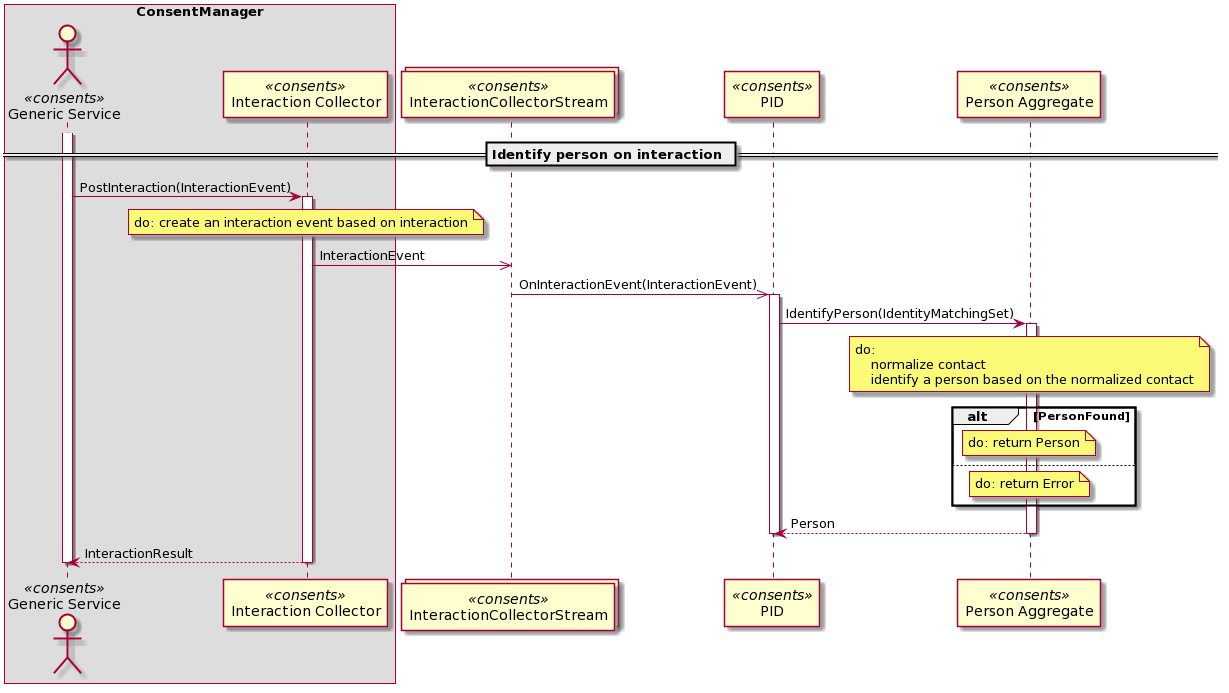
The PlantUML diagram example/graph.png in TypedUseCase/tuc-console, before a commit. Source of this version:
```plantuml
@startuml


== Identify person on interaction ==

box "ConsentManager"
    actor "Generic Service" as GenericService <<consents>>
    participant "Interaction Collector" as InteractionCollector <<consents>>
end box
collections "InteractionCollectorStream" as InteractionCollectorStream <<consents>>
participant "PID" as PersonIdentificationEngine <<consents>>
participant "Person Aggregate" as PersonAggregate <<consents>>

activate GenericService
GenericService -> InteractionCollector ++: PostInteraction(InteractionEvent)
    note over InteractionCollector
    do: create an interaction event based on interaction
    end note
    InteractionCollector ->> InteractionCollectorStream: InteractionEvent
    InteractionCollectorStream ->> PersonIdentificationEngine: OnInteractionEvent(InteractionEvent)
        activate PersonIdentificationEngine
        PersonIdentificationEngine -> PersonAggregate ++: IdentifyPerson(IdentityMatchingSet)
            note over PersonAggregate
            do:
                normalize contact
                identify a person based on the normalized contact
            end note
            alt PersonFound
                note over PersonAggregate
                do: return Person
                end note
            else
                note over PersonAggregate
                do: return Error
                end note
            end
        PersonAggregate --> PersonIdentificationEngine --: Person
        deactivate PersonIdentificationEngine
InteractionCollector --> GenericService --: InteractionResult

deactivate GenericService
@enduml
```
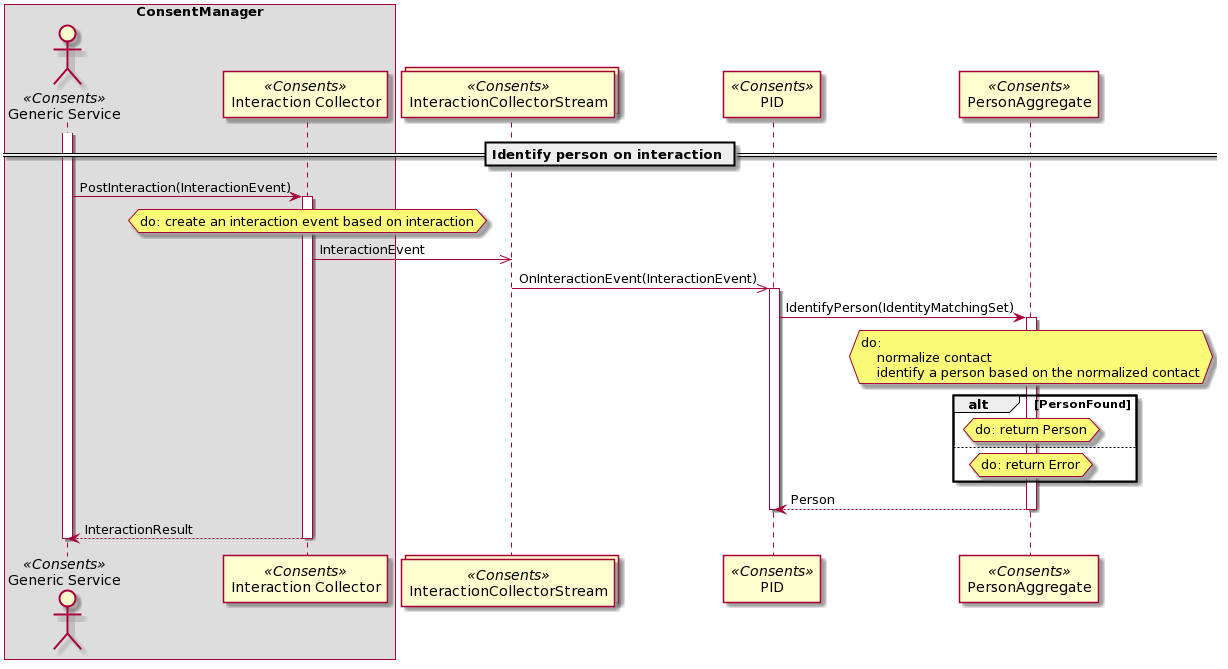
Above is the later version.

The edit, as a diff of the source:
```diff
@@ -4,35 +4,35 @@
 == Identify person on interaction ==
 
 box "ConsentManager"
-    actor "Generic Service" as GenericService <<consents>>
-    participant "Interaction Collector" as InteractionCollector <<consents>>
+    actor "Generic Service" as GenericService <<Consents>>
+    participant "Interaction Collector" as InteractionCollector <<Consents>>
 end box
-collections "InteractionCollectorStream" as InteractionCollectorStream <<consents>>
-participant "PID" as PersonIdentificationEngine <<consents>>
-participant "Person Aggregate" as PersonAggregate <<consents>>
+collections "InteractionCollectorStream" as InteractionCollectorStream <<Consents>>
+participant "PID" as PersonIdentificationEngine <<Consents>>
+participant "PersonAggregate" as PersonAggregate <<Consents>>
 
 activate GenericService
 GenericService -> InteractionCollector ++: PostInteraction(InteractionEvent)
-    note over InteractionCollector
+    hnote over InteractionCollector
     do: create an interaction event based on interaction
-    end note
+    end hnote
     InteractionCollector ->> InteractionCollectorStream: InteractionEvent
     InteractionCollectorStream ->> PersonIdentificationEngine: OnInteractionEvent(InteractionEvent)
         activate PersonIdentificationEngine
         PersonIdentificationEngine -> PersonAggregate ++: IdentifyPerson(IdentityMatchingSet)
-            note over PersonAggregate
+            hnote over PersonAggregate
             do:
                 normalize contact
                 identify a person based on the normalized contact
-            end note
+            end hnote
             alt PersonFound
-                note over PersonAggregate
+                hnote over PersonAggregate
                 do: return Person
-                end note
+                end hnote
             else
-                note over PersonAggregate
+                hnote over PersonAggregate
                 do: return Error
-                end note
+                end hnote
             end
         PersonAggregate --> PersonIdentificationEngine --: Person
         deactivate PersonIdentificationEngine
```
